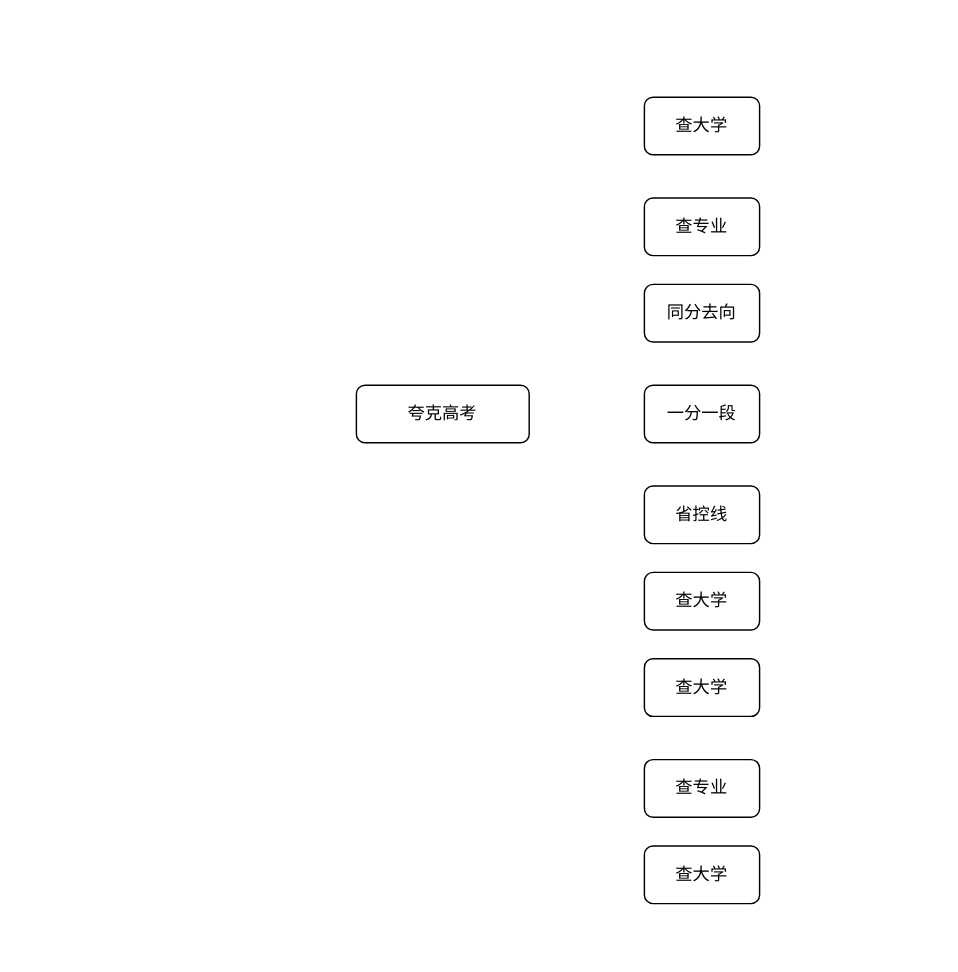
The draw.io diagram drawio/竞品分析(夸克高考).drawio in Ryan-xsh/first, before the edit. Source tidied: cells renumbered, new cells numbered last; positions are measured from the earlier drawing's top-left corner, leaving out a move shared by most shapes. Both pictures are drawn from the tidied source at 144%, with x=0, y=0 at pixel (356, 96).
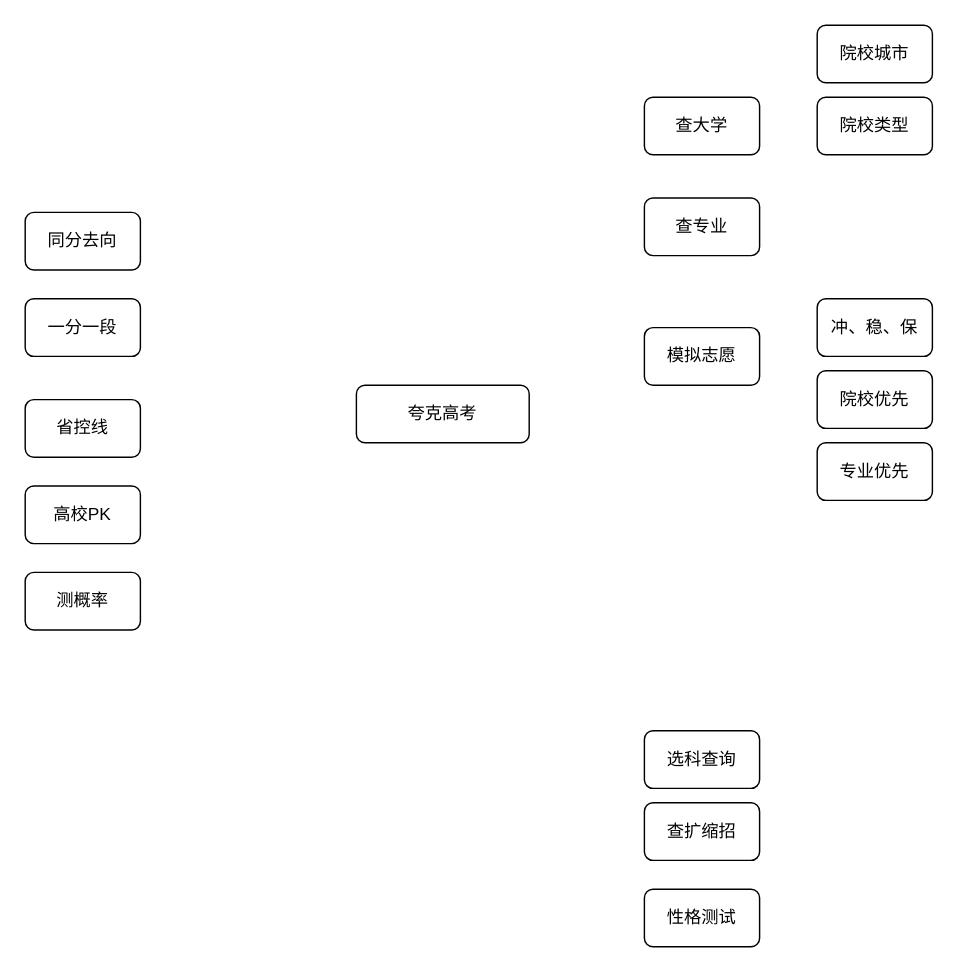
The same diagram, later.

Commit message (it also covers changes not shown here):
更新竞品分析(夸克高考).drawio

What changed in the source:
```diff
@@
 <mxGraphModel>
   <root>
     <mxCell id="0" />
     <mxCell id="1" parent="0" />
     <mxCell id="2" value="夸克高考" style="rounded=1;whiteSpace=wrap;html=1;" parent="1" vertex="1">
       <mxGeometry y="200" width="120" height="40" as="geometry" />
     </mxCell>
     <mxCell id="3" value="一分一段" style="rounded=1;whiteSpace=wrap;html=1;" parent="1" vertex="1">
-      <mxGeometry x="200" y="200" width="80" height="40" as="geometry" />
+      <mxGeometry x="-230" y="140" width="80" height="40" as="geometry" />
     </mxCell>
     <mxCell id="4" value="省控线" style="rounded=1;whiteSpace=wrap;html=1;" parent="1" vertex="1">
-      <mxGeometry x="200" y="270" width="80" height="40" as="geometry" />
+      <mxGeometry x="-230" y="210" width="80" height="40" as="geometry" />
     </mxCell>
-    <mxCell id="5" value="查大学" style="rounded=1;whiteSpace=wrap;html=1;" parent="1" vertex="1">
-      <mxGeometry x="200" y="330" width="80" height="40" as="geometry" />
+    <mxCell id="5" value="高校PK" style="rounded=1;whiteSpace=wrap;html=1;" parent="1" vertex="1">
+      <mxGeometry x="-230" y="270" width="80" height="40" as="geometry" />
     </mxCell>
-    <mxCell id="6" value="查大学" style="rounded=1;whiteSpace=wrap;html=1;" parent="1" vertex="1">
-      <mxGeometry x="200" y="390" width="80" height="40" as="geometry" />
+    <mxCell id="6" value="测概率" style="rounded=1;whiteSpace=wrap;html=1;" parent="1" vertex="1">
+      <mxGeometry x="-230" y="330" width="80" height="40" as="geometry" />
     </mxCell>
-    <mxCell id="7" value="查专业" style="rounded=1;whiteSpace=wrap;html=1;" parent="1" vertex="1">
-      <mxGeometry x="200" y="460" width="80" height="40" as="geometry" />
+    <mxCell id="7" value="选科查询" style="rounded=1;whiteSpace=wrap;html=1;" parent="1" vertex="1">
+      <mxGeometry x="200" y="440" width="80" height="40" as="geometry" />
     </mxCell>
-    <mxCell id="8" value="查大学" style="rounded=1;whiteSpace=wrap;html=1;" parent="1" vertex="1">
-      <mxGeometry x="200" y="520" width="80" height="40" as="geometry" />
+    <mxCell id="8" value="查扩缩招" style="rounded=1;whiteSpace=wrap;html=1;" parent="1" vertex="1">
+      <mxGeometry x="200" y="490" width="80" height="40" as="geometry" />
     </mxCell>
     <mxCell id="9" value="查大学" style="rounded=1;whiteSpace=wrap;html=1;" parent="1" vertex="1">
       <mxGeometry x="200" width="80" height="40" as="geometry" />
     </mxCell>
     <mxCell id="10" value="查专业" style="rounded=1;whiteSpace=wrap;html=1;" parent="1" vertex="1">
       <mxGeometry x="200" y="70" width="80" height="40" as="geometry" />
     </mxCell>
     <mxCell id="11" value="同分去向" style="rounded=1;whiteSpace=wrap;html=1;" parent="1" vertex="1">
-      <mxGeometry x="200" y="130" width="80" height="40" as="geometry" />
+      <mxGeometry x="-230" y="80" width="80" height="40" as="geometry" />
     </mxCell>
+    <mxCell id="12" value="性格测试" style="rounded=1;whiteSpace=wrap;html=1;" parent="1" vertex="1">
+      <mxGeometry x="200" y="550" width="80" height="40" as="geometry" />
+    </mxCell>
+    <mxCell id="13" value="院校城市" style="rounded=1;whiteSpace=wrap;html=1;" parent="1" vertex="1">
+      <mxGeometry x="320" y="-50" width="80" height="40" as="geometry" />
+    </mxCell>
+    <mxCell id="14" value="院校类型" style="rounded=1;whiteSpace=wrap;html=1;fillColor=default;strokeColor=default;" parent="1" vertex="1">
+      <mxGeometry x="320" width="80" height="40" as="geometry" />
+    </mxCell>
+    <mxCell id="15" value="模拟志愿" style="rounded=1;whiteSpace=wrap;html=1;" parent="1" vertex="1">
+      <mxGeometry x="200" y="160" width="80" height="40" as="geometry" />
+    </mxCell>
+    <mxCell id="16" value="冲、稳、保" style="rounded=1;whiteSpace=wrap;html=1;" parent="1" vertex="1">
+      <mxGeometry x="320" y="140" width="80" height="40" as="geometry" />
+    </mxCell>
+    <mxCell id="17" value="院校优先" style="rounded=1;whiteSpace=wrap;html=1;" parent="1" vertex="1">
+      <mxGeometry x="320" y="190" width="80" height="40" as="geometry" />
+    </mxCell>
+    <mxCell id="18" value="专业优先" style="rounded=1;whiteSpace=wrap;html=1;" parent="1" vertex="1">
+      <mxGeometry x="320" y="240" width="80" height="40" as="geometry" />
+    </mxCell>
   </root>
 </mxGraphModel>
```
